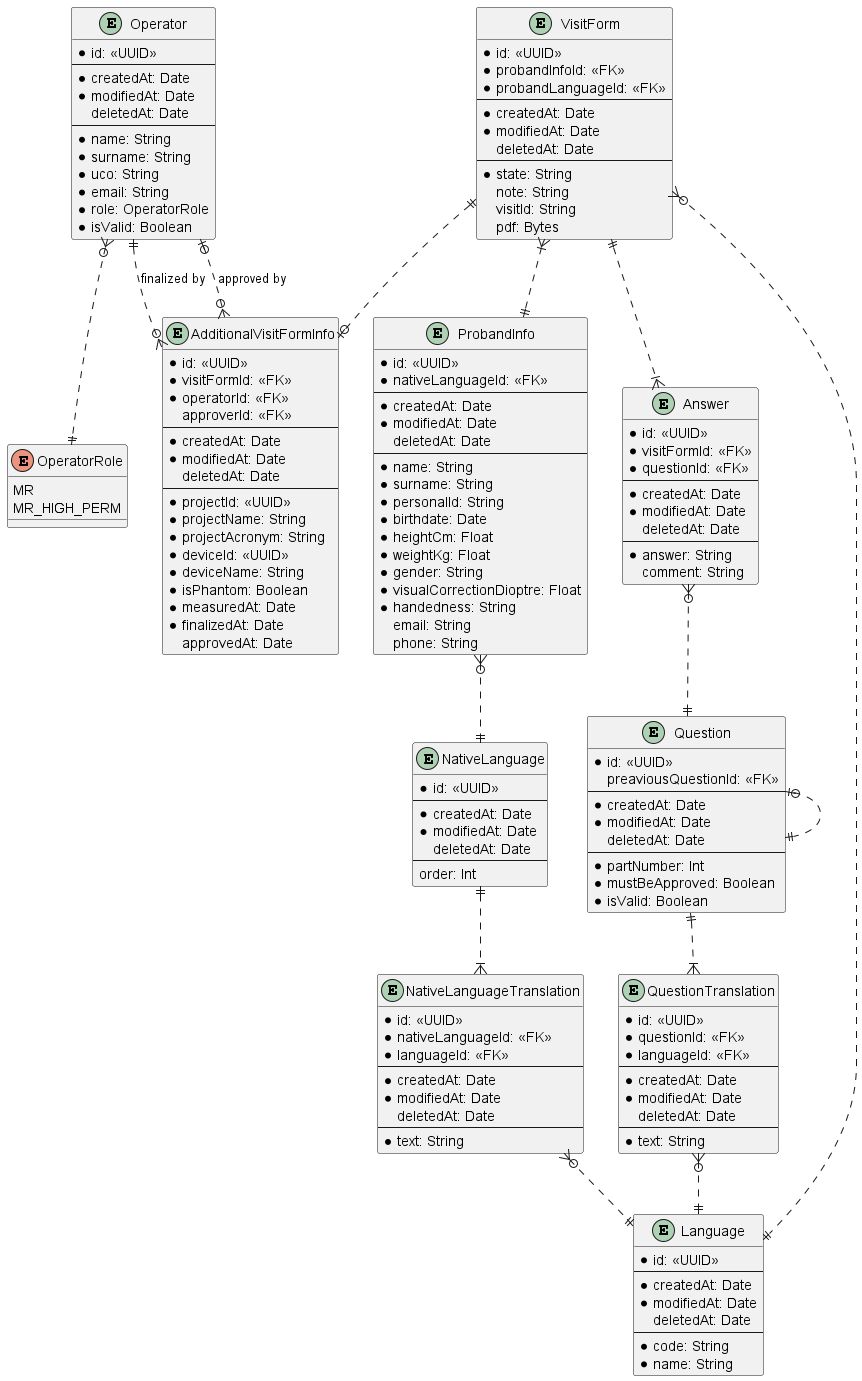
This is backend/prisma/erd/ProbandSafetyQuestionnaire.png from lukas-kratochvil/mafil-proband-safety-questionnaire, a PlantUML export, as it was before one commit.
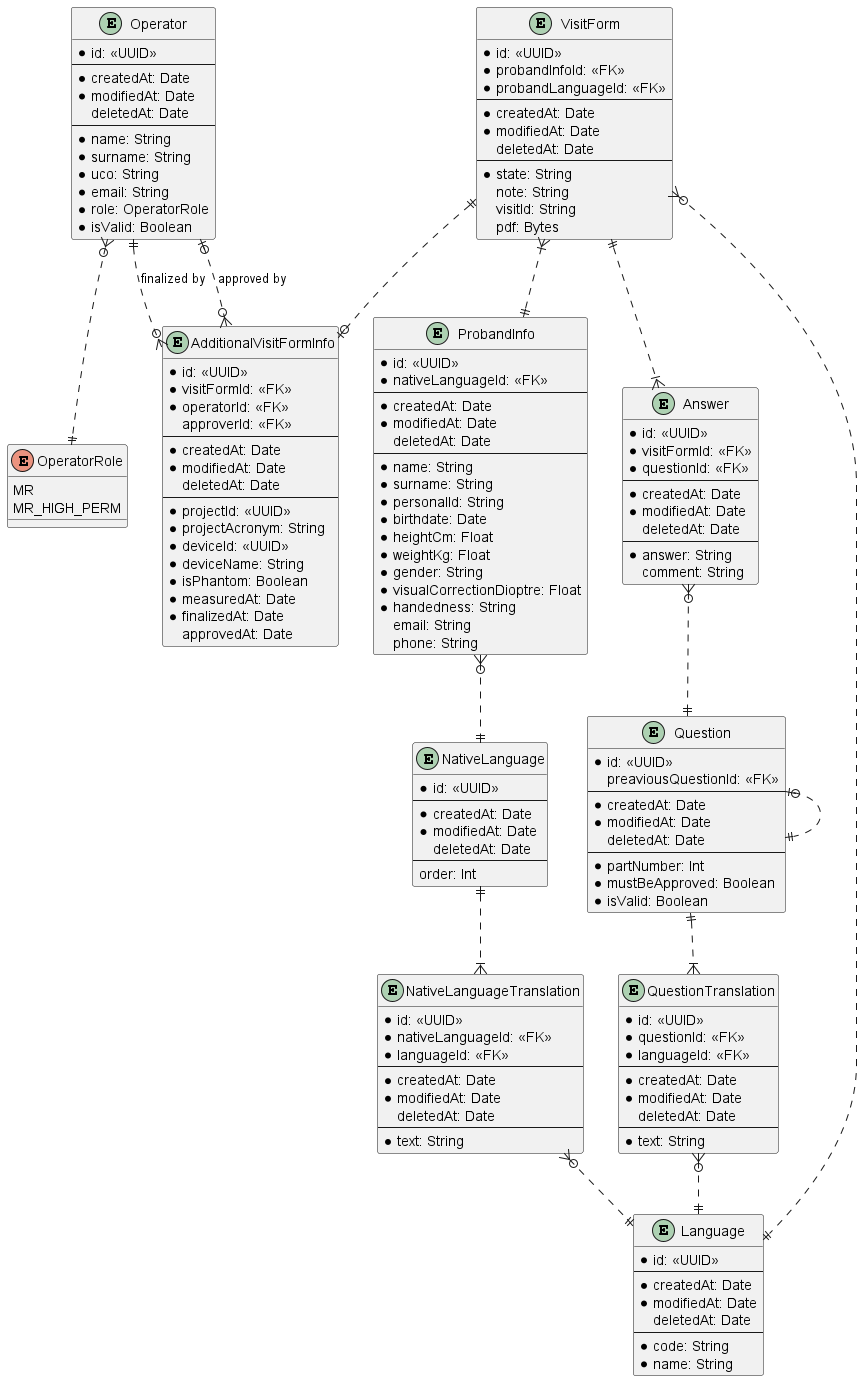
Above is the later version.

Commit message:
feat: removed 'projectName' attribute from the AdditionalVisitFormInfo entity

Change to the diagram source:
```diff
@@ -46,7 +46,6 @@
   deletedAt: Date
   ---
   * projectId: <<UUID>>
-  * projectName: String
   * projectAcronym: String
   * deviceId: <<UUID>>
   * deviceName: String
@@ -75,28 +74,6 @@
   * handedness: String
   email: String
   phone: String
-}
-
-entity NativeLanguage {
-  * id: <<UUID>>
-  ---
-  * createdAt: Date
-  * modifiedAt: Date
-  deletedAt: Date
-  ---
-  order: Int
-}
-
-entity NativeLanguageTranslation {
-  * id: <<UUID>>
-  * nativeLanguageId: <<FK>>
-  * languageId: <<FK>>
-  ---
-  * createdAt: Date
-  * modifiedAt: Date
-  deletedAt: Date
-  ---
-  * text: String
 }
 
 entity Answer {
@@ -137,6 +114,28 @@
   * text: String
 }
 
+entity NativeLanguage {
+  * id: <<UUID>>
+  ---
+  * createdAt: Date
+  * modifiedAt: Date
+  deletedAt: Date
+  ---
+  order: Int
+}
+
+entity NativeLanguageTranslation {
+  * id: <<UUID>>
+  * nativeLanguageId: <<FK>>
+  * languageId: <<FK>>
+  ---
+  * createdAt: Date
+  * modifiedAt: Date
+  deletedAt: Date
+  ---
+  * text: String
+}
+
 entity Language {
   * id: <<UUID>>
   ---
@@ -155,12 +154,12 @@
 VisitForm }|..|| ProbandInfo
 VisitForm ||..|{ Answer
 VisitForm }o..|| Language
-ProbandInfo }o..|| NativeLanguage
-NativeLanguage ||..|{ NativeLanguageTranslation
-NativeLanguageTranslation }o..|| Language
 Answer }o..|| Question
 Question |o..|| Question
 Question ||..|{ QuestionTranslation
 QuestionTranslation }o..|| Language
+ProbandInfo }o..|| NativeLanguage
+NativeLanguage ||..|{ NativeLanguageTranslation
+NativeLanguageTranslation }o..|| Language
 
 @enduml
```
